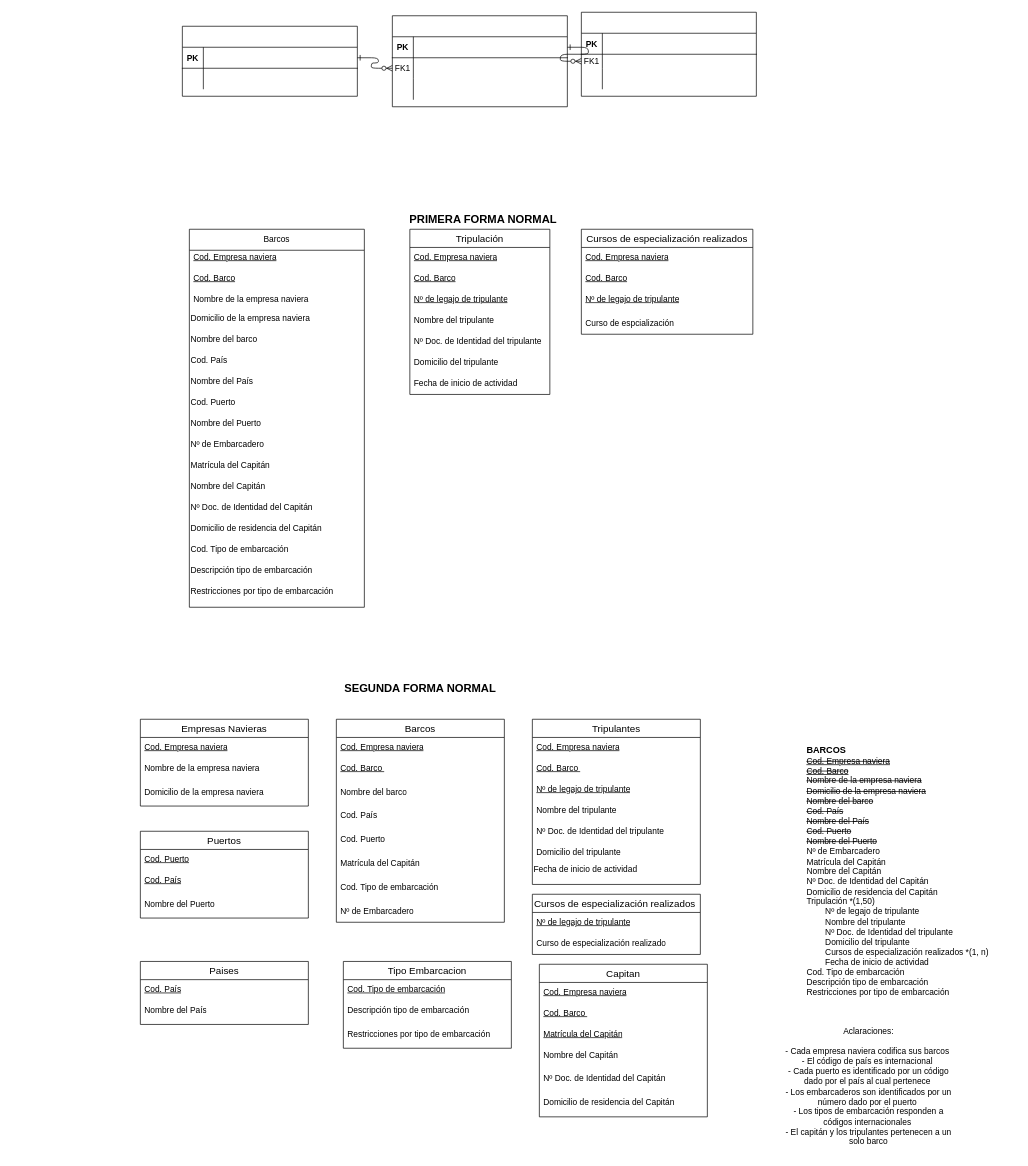
This is Diagrama-de-Entidad-de-Relaciones.drawio from Jose-AA/TP-Barcos-Dise-o-y-Administracion-de-bd-Grupo-11, a draw.io file, before an edit. Source tidied: cells renumbered, new cells numbered last; positions are measured from the earlier drawing's top-left corner, leaving out a move shared by most shapes. Both pictures are drawn from the tidied source at 70%, with x=0, y=0 at pixel (140, 12).
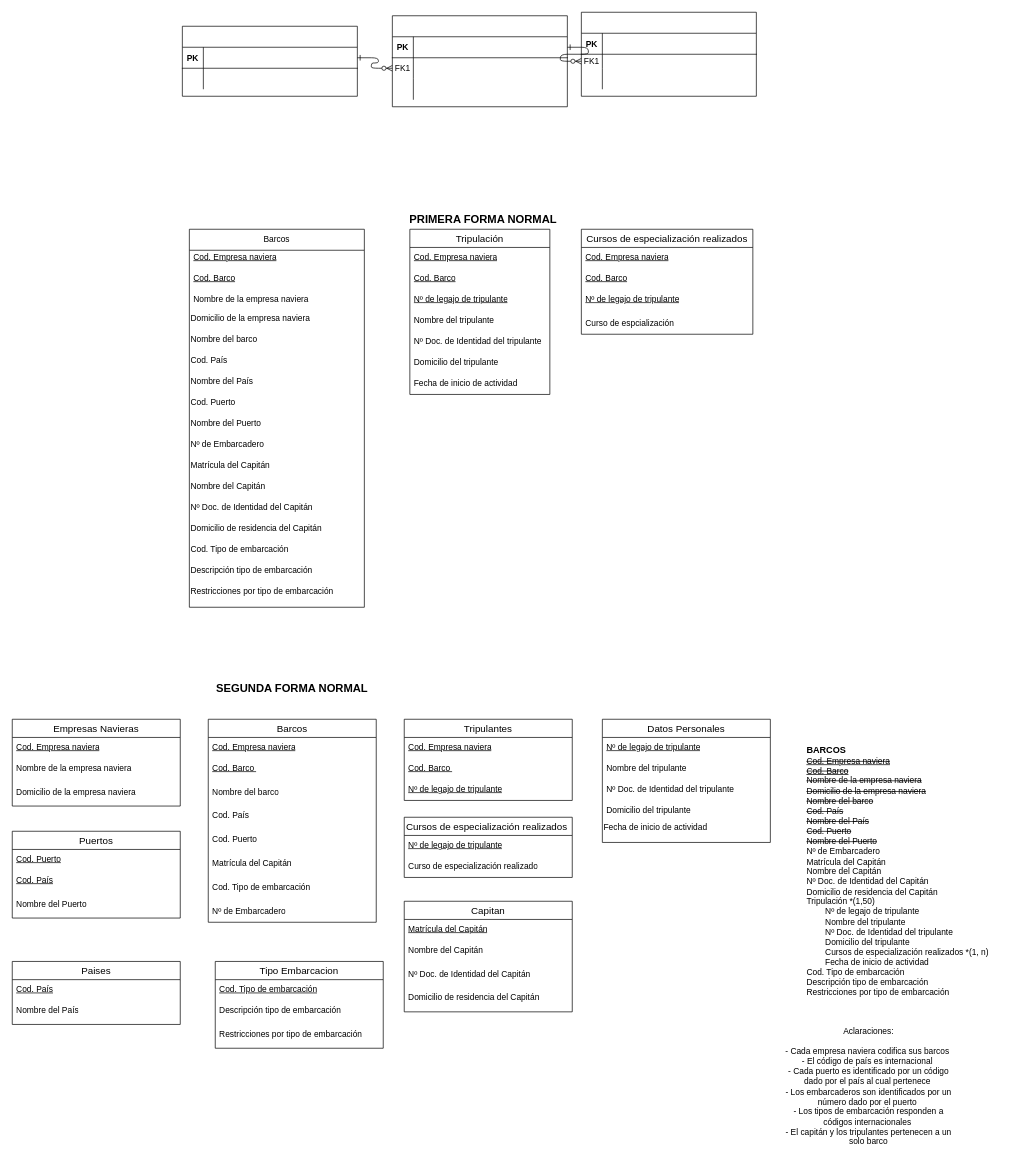
The same diagram, later.

Commit message:
Eliminación de datos de Barcos en la tabla Capitán

The edit, as a diff of the source:
```diff
@@
     <mxCell id="33" value="Barcos" style="swimlane;fontStyle=0;horizontal=1;startSize=26;align=center;fontSize=14;swimlaneLine=1;" parent="1" vertex="1">
-      <mxGeometry x="280" y="1010" width="240" height="290" as="geometry" />
+      <mxGeometry x="97" y="1010" width="240" height="290" as="geometry" />
     </mxCell>
@@
     <mxCell id="42" value="SEGUNDA FORMA NORMAL" style="text;html=1;align=center;verticalAlign=middle;whiteSpace=wrap;rounded=0;fontStyle=1;fontSize=16;" parent="1" vertex="1">
-      <mxGeometry x="280" y="950" width="240" height="30" as="geometry" />
+      <mxGeometry x="97" y="950" width="240" height="30" as="geometry" />
     </mxCell>
     <mxCell id="43" value="Tripulantes" style="swimlane;fontStyle=0;horizontal=1;startSize=26;align=center;fontSize=14;" parent="1" vertex="1">
-      <mxGeometry x="560" y="1010" width="240" height="236" as="geometry" />
+      <mxGeometry x="377" y="1010" width="240" height="116" as="geometry" />
     </mxCell>
@@
-    <mxCell id="47" value="Nombre del tripulante&lt;div&gt;&lt;br/&gt;&lt;/div&gt;" style="text;strokeColor=none;fillColor=none;spacingLeft=4;spacingRight=4;overflow=hidden;fontSize=12;whiteSpace=wrap;html=1;" parent="43" vertex="1">
-      <mxGeometry y="116" width="240" height="30" as="geometry" />
-    </mxCell>
-    <mxCell id="48" value="Nº Doc. de Identidad del tripulante&lt;div&gt;&lt;br/&gt;&lt;/div&gt;" style="text;strokeColor=none;fillColor=none;spacingLeft=4;spacingRight=4;overflow=hidden;fontSize=12;whiteSpace=wrap;html=1;" parent="43" vertex="1">
-      <mxGeometry y="146" width="240" height="30" as="geometry" />
-    </mxCell>
-    <mxCell id="49" value="Domicilio del tripulante&lt;div&gt;&lt;br/&gt;&lt;/div&gt;" style="text;strokeColor=none;fillColor=none;spacingLeft=4;spacingRight=4;overflow=hidden;fontSize=12;whiteSpace=wrap;html=1;" parent="43" vertex="1">
-      <mxGeometry y="176" width="240" height="30" as="geometry" />
-    </mxCell>
-    <mxCell id="50" value="Fecha de inicio de actividad&lt;div&gt;&lt;br/&gt;&lt;/div&gt;" style="text;html=1;align=left;verticalAlign=middle;whiteSpace=wrap;rounded=0;" parent="43" vertex="1">
-      <mxGeometry y="206" width="240" height="30" as="geometry" />
-    </mxCell>
     <mxCell id="51" value="&#9;Cursos de especialización realizados " style="swimlane;fontStyle=0;horizontal=1;startSize=26;align=center;fontSize=14;" parent="1" vertex="1">
-      <mxGeometry x="560" y="1260" width="240" height="86" as="geometry" />
+      <mxGeometry x="377" y="1150" width="240" height="86" as="geometry" />
     </mxCell>
@@
     <mxCell id="54" value="Empresas Navieras" style="swimlane;fontStyle=0;horizontal=1;startSize=26;align=center;fontSize=14;swimlaneLine=1;" parent="1" vertex="1">
-      <mxGeometry y="1010" width="240" height="124" as="geometry" />
+      <mxGeometry x="-183" y="1010" width="240" height="124" as="geometry" />
     </mxCell>
@@
     <mxCell id="58" value="Puertos" style="swimlane;fontStyle=0;horizontal=1;startSize=26;align=center;fontSize=14;swimlaneLine=1;" parent="1" vertex="1">
-      <mxGeometry y="1170" width="240" height="124" as="geometry" />
+      <mxGeometry x="-183" y="1170" width="240" height="124" as="geometry" />
     </mxCell>
@@
     <mxCell id="62" value="Paises" style="swimlane;fontStyle=0;horizontal=1;startSize=26;align=center;fontSize=14;swimlaneLine=1;" parent="1" vertex="1">
-      <mxGeometry y="1356" width="240" height="90" as="geometry" />
+      <mxGeometry x="-183" y="1356" width="240" height="90" as="geometry" />
     </mxCell>
@@
     <mxCell id="65" value="Capitan" style="swimlane;fontStyle=0;horizontal=1;startSize=26;align=center;fontSize=14;swimlaneLine=1;" parent="1" vertex="1">
-      <mxGeometry x="570" y="1360" width="240" height="218" as="geometry" />
+      <mxGeometry x="377" y="1270" width="240" height="158" as="geometry" />
     </mxCell>
-    <mxCell id="66" value="&lt;u&gt;Cod. Empresa naviera&lt;/u&gt;&lt;div&gt;&lt;br&gt;&lt;/div&gt;" style="text;strokeColor=none;fillColor=none;spacingLeft=4;spacingRight=4;overflow=hidden;fontSize=12;whiteSpace=wrap;html=1;" parent="65" vertex="1">
-      <mxGeometry y="26" width="240" height="30" as="geometry" />
-    </mxCell>
-    <mxCell id="67" value="&lt;u&gt;Cod. Barco&amp;nbsp;&lt;/u&gt;" style="text;strokeColor=none;fillColor=none;spacingLeft=4;spacingRight=4;overflow=hidden;fontSize=12;whiteSpace=wrap;html=1;" parent="65" vertex="1">
-      <mxGeometry y="56" width="240" height="30" as="geometry" />
-    </mxCell>
     <mxCell id="68" value="&lt;u&gt;Matrícula del Capitán&lt;br/&gt;&lt;/u&gt;" style="text;strokeColor=none;fillColor=none;spacingLeft=4;spacingRight=4;overflow=hidden;fontSize=12;whiteSpace=wrap;html=1;" parent="65" vertex="1">
-      <mxGeometry y="86" width="240" height="30" as="geometry" />
+      <mxGeometry y="26" width="240" height="30" as="geometry" />
     </mxCell>
     <mxCell id="69" value="Nombre del Capitán&lt;br/&gt;&lt;u&gt;&lt;br&gt;&lt;/u&gt;" style="text;strokeColor=none;fillColor=none;spacingLeft=4;spacingRight=4;overflow=hidden;fontSize=12;whiteSpace=wrap;html=1;" parent="65" vertex="1">
-      <mxGeometry y="116" width="240" height="34" as="geometry" />
+      <mxGeometry y="56" width="240" height="34" as="geometry" />
     </mxCell>
     <mxCell id="70" value="Nº Doc. de Identidad del Capitán&lt;br/&gt;&lt;u&gt;&lt;br&gt;&lt;/u&gt;" style="text;strokeColor=none;fillColor=none;spacingLeft=4;spacingRight=4;overflow=hidden;fontSize=12;whiteSpace=wrap;html=1;" parent="65" vertex="1">
-      <mxGeometry y="150" width="240" height="34" as="geometry" />
+      <mxGeometry y="90" width="240" height="34" as="geometry" />
     </mxCell>
     <mxCell id="71" value="Domicilio de residencia del Capitán&lt;br/&gt;&lt;u&gt;&lt;br&gt;&lt;/u&gt;" style="text;strokeColor=none;fillColor=none;spacingLeft=4;spacingRight=4;overflow=hidden;fontSize=12;whiteSpace=wrap;html=1;" parent="65" vertex="1">
-      <mxGeometry y="184" width="240" height="34" as="geometry" />
+      <mxGeometry y="124" width="240" height="34" as="geometry" />
     </mxCell>
     <mxCell id="72" value="Tipo Embarcacion" style="swimlane;fontStyle=0;horizontal=1;startSize=26;align=center;fontSize=14;swimlaneLine=1;" parent="1" vertex="1">
-      <mxGeometry x="290" y="1356" width="240" height="124" as="geometry" />
+      <mxGeometry x="107" y="1356" width="240" height="124" as="geometry" />
     </mxCell>
@@
+    <mxCell id="108" value="Datos Personales" style="swimlane;fontStyle=0;horizontal=1;startSize=26;align=center;fontSize=14;" parent="1" vertex="1">
+      <mxGeometry x="660" y="1010" width="240" height="176" as="geometry" />
+    </mxCell>
+    <mxCell id="109" value="&lt;u&gt;Nº de legajo de tripulante&lt;br/&gt;&lt;/u&gt;" style="text;strokeColor=none;fillColor=none;spacingLeft=4;spacingRight=4;overflow=hidden;fontSize=12;whiteSpace=wrap;html=1;" parent="108" vertex="1">
+      <mxGeometry y="26" width="240" height="30" as="geometry" />
+    </mxCell>
+    <mxCell id="47" value="Nombre del tripulante&lt;div&gt;&lt;br/&gt;&lt;/div&gt;" style="text;strokeColor=none;fillColor=none;spacingLeft=4;spacingRight=4;overflow=hidden;fontSize=12;whiteSpace=wrap;html=1;" parent="108" vertex="1">
+      <mxGeometry y="56" width="240" height="30" as="geometry" />
+    </mxCell>
+    <mxCell id="48" value="Nº Doc. de Identidad del tripulante&lt;div&gt;&lt;br/&gt;&lt;/div&gt;" style="text;strokeColor=none;fillColor=none;spacingLeft=4;spacingRight=4;overflow=hidden;fontSize=12;whiteSpace=wrap;html=1;" parent="108" vertex="1">
+      <mxGeometry y="86" width="240" height="30" as="geometry" />
+    </mxCell>
+    <mxCell id="49" value="Domicilio del tripulante&lt;div&gt;&lt;br/&gt;&lt;/div&gt;" style="text;strokeColor=none;fillColor=none;spacingLeft=4;spacingRight=4;overflow=hidden;fontSize=12;whiteSpace=wrap;html=1;" parent="108" vertex="1">
+      <mxGeometry y="116" width="240" height="30" as="geometry" />
+    </mxCell>
+    <mxCell id="50" value="Fecha de inicio de actividad&lt;div&gt;&lt;br/&gt;&lt;/div&gt;" style="text;html=1;align=left;verticalAlign=middle;whiteSpace=wrap;rounded=0;" parent="108" vertex="1">
+      <mxGeometry y="146" width="240" height="30" as="geometry" />
+    </mxCell>
```
